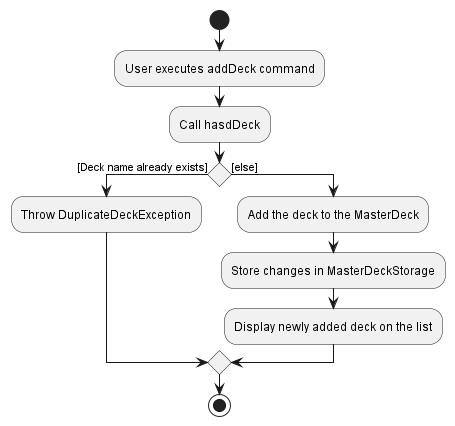
Earlier version of the PlantUML export docs/images/AddDeckActivityDiagram.png (nus-cs2103-AY2223S2/tp).
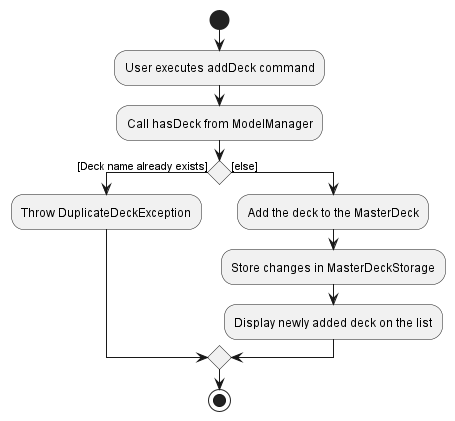
After the commit.

Commit message:
Add activity diagram

Change to the diagram source:
```diff
@@ -3,7 +3,7 @@
 start
 :User executes addDeck command;
 
-:Call hasdDeck;
+:Call hasDeck from ModelManager;
 
 if () then ([Deck name already exists])
     :Throw DuplicateDeckException;
```
